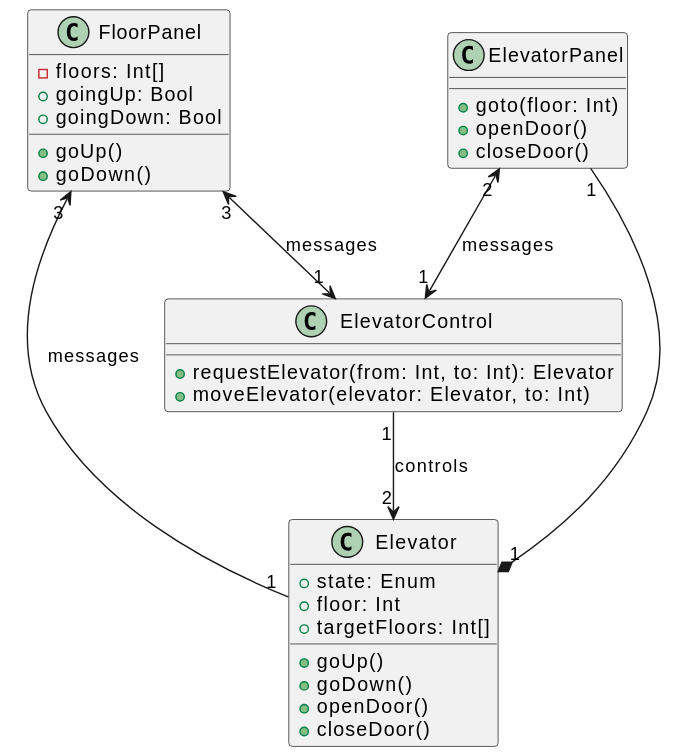
Above: docs/requirement/out/class.svg in xsjk/Elevator (PlantUML), before the change. Its diagram source:
```plantuml
@startuml
class FloorPanel {
    -floors: Int[]
    +goingUp: Bool
    +goingDown: Bool
    +goUp()
    +goDown()
}
class ElevatorPanel {
    +goto(floor: Int)
    +openDoor()
    +closeDoor()
}
class Elevator {
    +state: Enum
    +floor: Int
    +targetFloors: Int[]
    +goUp()
    +goDown()
    +openDoor()
    +closeDoor()
}
class ElevatorControl {
    +requestElevator(from: Int, to: Int): Elevator
    +moveElevator(elevator: Elevator, to: Int)
}

FloorPanel "3" <--> "1" ElevatorControl : "messages"
FloorPanel "3" <-- "1" Elevator: "messages"
ElevatorPanel "1" --* "1" Elevator
ElevatorPanel "2" <--> "1" ElevatorControl : "messages"
ElevatorControl "1" --> "2" Elevator : "controls"
@enduml
```
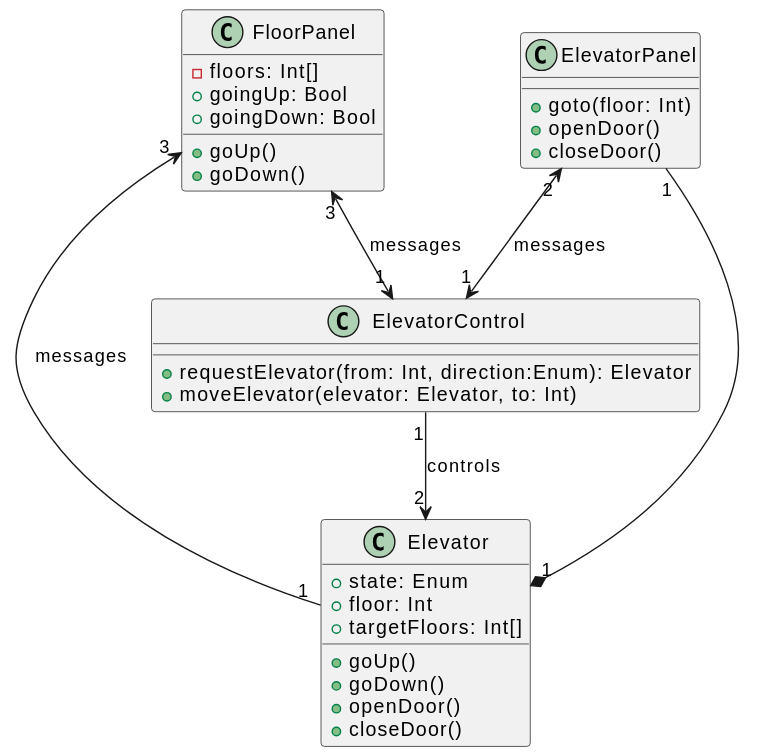
After the commit.

The edit, as a diff of the source:
```diff
@@ -21,7 +21,7 @@
     +closeDoor()
 }
 class ElevatorControl {
-    +requestElevator(from: Int, to: Int): Elevator
+    +requestElevator(from: Int, direction:Enum): Elevator
     +moveElevator(elevator: Elevator, to: Int)
 }
 
```
